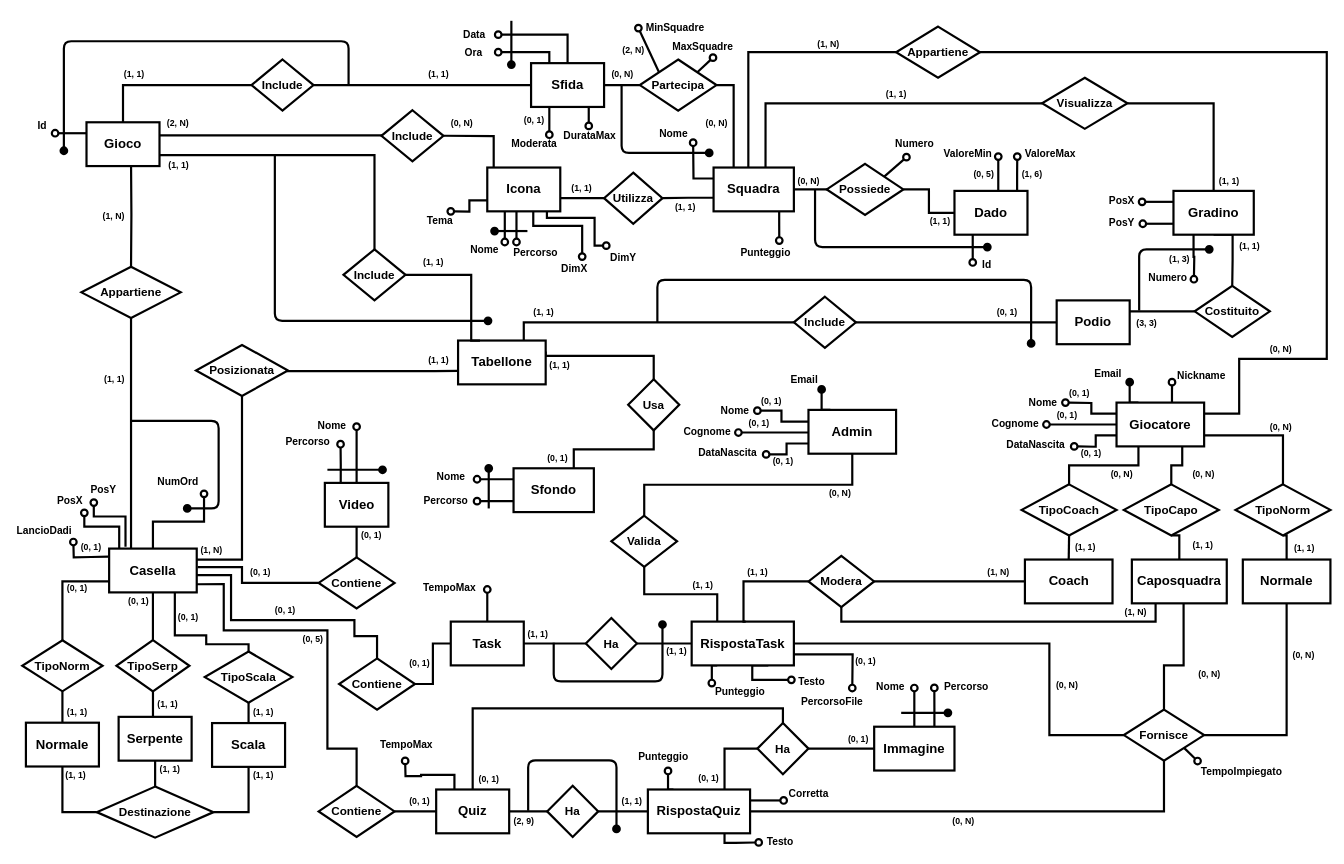
Earlier version of the draw.io diagram Progetto logico/Schema ER ristrutturato.drawio (lorenzobilli/BD-project). Source tidied: cells renumbered, new cells numbered last; positions are measured from the earlier drawing's top-left corner, leaving out a move shared by most shapes. Both pictures are drawn from the tidied source at 73%, with x=0, y=0 at pixel (12, 20).
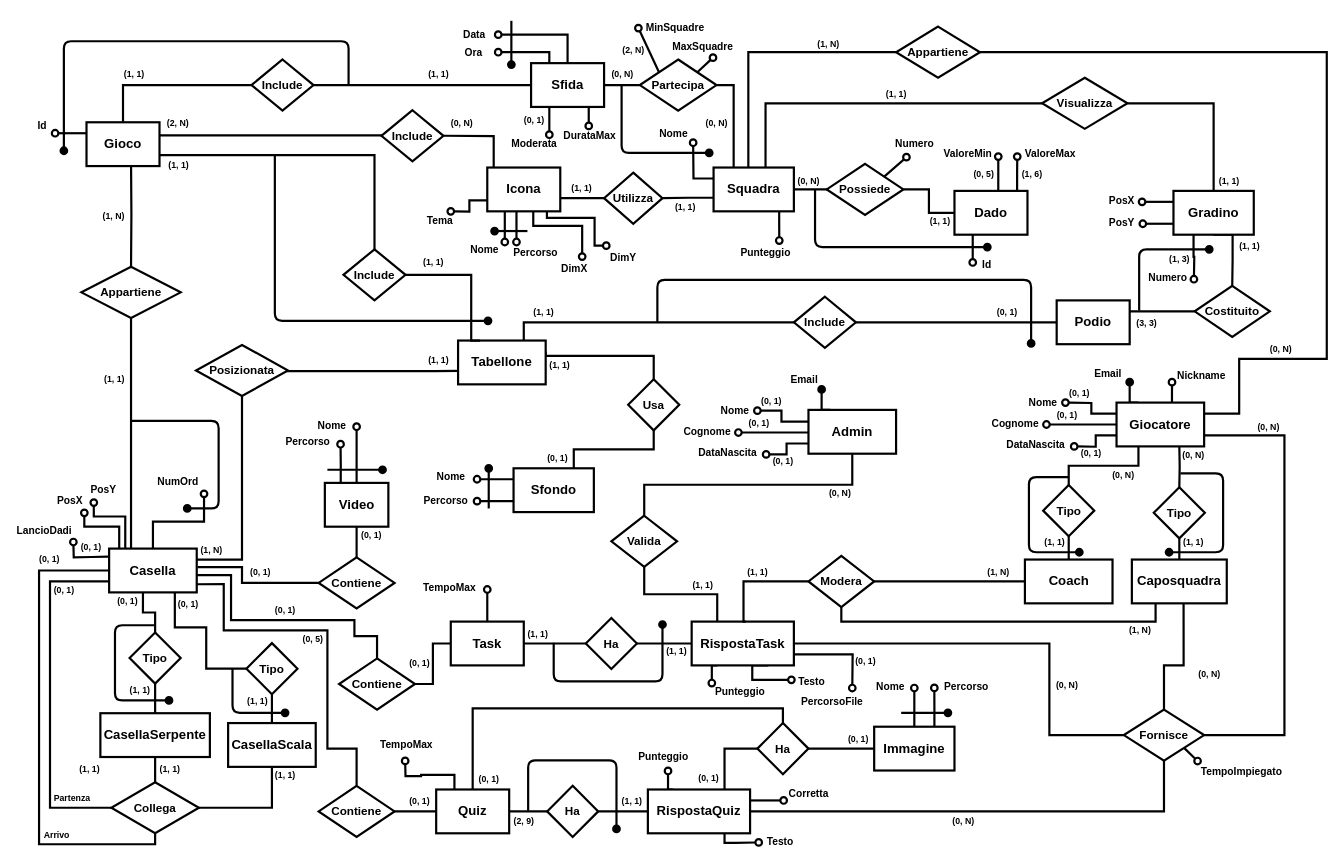
After the change.

Commit message (it also covers changes not shown here):
Fixed generalization deletion in restructured ER

Unchanged cells that the change refers to:
```xml
<mxCell id="13" value="Casella" style="rounded=0;whiteSpace=wrap;html=1;strokeWidth=3;fontSize=18;shadow=0;fontStyle=1;" parent="1" vertex="1">
  <mxGeometry x="132" y="724" width="120" height="60" as="geometry" />
</mxCell>
<mxCell id="25" value="Giocatore" style="rounded=0;whiteSpace=wrap;html=1;strokeWidth=3;fontSize=18;shadow=0;fontStyle=1;" parent="1" vertex="1">
  <mxGeometry x="1512" y="524" width="120" height="60" as="geometry" />
</mxCell>
<mxCell id="122" value="Fornisce" style="rhombus;whiteSpace=wrap;html=1;strokeWidth=3;fontSize=16;shadow=0;fontStyle=1;" parent="1" vertex="1">
  <mxGeometry x="1522" y="944.5" width="110" height="70" as="geometry" />
</mxCell>
```

Change to the diagram source:
```diff
@@
-    <mxCell id="10" style="edgeStyle=orthogonalEdgeStyle;rounded=0;jettySize=auto;html=1;exitX=0.5;exitY=1;exitDx=0;exitDy=0;entryX=0.5;entryY=0;entryDx=0;entryDy=0;endArrow=none;endFill=0;strokeWidth=3;" parent="1" edge="1" source="13" target="277">
+    <mxCell id="10" style="edgeStyle=orthogonalEdgeStyle;rounded=0;jettySize=auto;html=1;exitX=0.386;exitY=0.981;exitDx=0;exitDy=0;entryX=0.5;entryY=0;entryDx=0;entryDy=0;endArrow=none;endFill=0;strokeWidth=3;exitPerimeter=0;" parent="1" edge="1" source="13" target="277">
       <mxGeometry relative="1" as="geometry" />
     </mxCell>
-    <mxCell id="11" style="edgeStyle=orthogonalEdgeStyle;rounded=0;jettySize=auto;html=1;exitX=0.75;exitY=1;exitDx=0;exitDy=0;entryX=0.5;entryY=0;entryDx=0;entryDy=0;endArrow=none;endFill=0;strokeWidth=3;" parent="1" edge="1" source="13" target="279">
+    <mxCell id="11" style="edgeStyle=orthogonalEdgeStyle;rounded=0;jettySize=auto;html=1;exitX=0.75;exitY=1;exitDx=0;exitDy=0;entryX=0;entryY=0.5;entryDx=0;entryDy=0;endArrow=none;endFill=0;strokeWidth=3;" parent="1" edge="1" source="13" target="279">
       <mxGeometry relative="1" as="geometry">
         <Array as="points">
-          <mxPoint x="222" y="843" />
-          <mxPoint x="265" y="843" />
-          <mxPoint x="265" y="855" />
-          <mxPoint x="323" y="855" />
+          <mxPoint x="222" y="832" />
+          <mxPoint x="265" y="832" />
+          <mxPoint x="265" y="889" />
+          <mxPoint x="320" y="889" />
         </Array>
       </mxGeometry>
     </mxCell>
-    <mxCell id="12" style="edgeStyle=orthogonalEdgeStyle;rounded=0;jettySize=auto;html=1;exitX=0;exitY=0.75;exitDx=0;exitDy=0;entryX=0.5;entryY=0;entryDx=0;entryDy=0;endArrow=none;endFill=0;strokeWidth=3;" parent="1" edge="1" source="13" target="295">
-      <mxGeometry relative="1" as="geometry" />
+    <mxCell id="12" style="edgeStyle=orthogonalEdgeStyle;rounded=0;jettySize=auto;html=1;exitX=0;exitY=0.75;exitDx=0;exitDy=0;entryX=0;entryY=0.5;entryDx=0;entryDy=0;endArrow=none;endFill=0;strokeWidth=3;" parent="1" edge="1" source="13" target="168">
+      <mxGeometry relative="1" as="geometry">
+        <Array as="points">
+          <mxPoint x="51" y="769" />
+          <mxPoint x="51" y="1079" />
+        </Array>
+      </mxGeometry>
     </mxCell>
@@
-    <mxCell id="21" style="edgeStyle=orthogonalEdgeStyle;rounded=0;jettySize=auto;html=1;exitX=0.5;exitY=1;exitDx=0;exitDy=0;entryX=1;entryY=0.5;entryDx=0;entryDy=0;endArrow=none;endFill=0;strokeWidth=3;" parent="1" edge="1" source="303" target="122">
-      <mxGeometry relative="1" as="geometry">
-        <Array as="points">
-          <mxPoint x="1745" y="979" />
-        </Array>
-      </mxGeometry>
-    </mxCell>
@@
-    <mxCell id="23" style="edgeStyle=orthogonalEdgeStyle;rounded=0;jettySize=auto;html=1;exitX=0.75;exitY=1;exitDx=0;exitDy=0;entryX=0.5;entryY=0;entryDx=0;entryDy=0;endArrow=none;endFill=0;strokeWidth=3;" parent="1" edge="1" source="25" target="287">
-      <mxGeometry relative="1" as="geometry" />
+    <mxCell id="23" style="edgeStyle=orthogonalEdgeStyle;rounded=0;jettySize=auto;html=1;entryX=0.5;entryY=0;entryDx=0;entryDy=0;endArrow=none;endFill=0;strokeWidth=3;" parent="1" edge="1" target="287">
+      <mxGeometry relative="1" as="geometry">
+        <mxPoint x="1598" y="582" as="sourcePoint" />
+      </mxGeometry>
     </mxCell>
-    <mxCell id="24" style="edgeStyle=orthogonalEdgeStyle;rounded=0;jettySize=auto;html=1;exitX=1;exitY=0.75;exitDx=0;exitDy=0;entryX=0.5;entryY=0;entryDx=0;entryDy=0;endArrow=none;endFill=0;strokeWidth=3;" parent="1" edge="1" source="25" target="302">
-      <mxGeometry relative="1" as="geometry" />
+    <mxCell id="24" style="edgeStyle=orthogonalEdgeStyle;rounded=0;jettySize=auto;html=1;exitX=1;exitY=0.75;exitDx=0;exitDy=0;entryX=1;entryY=0.5;entryDx=0;entryDy=0;endArrow=none;endFill=0;strokeWidth=3;" parent="1" edge="1" source="25" target="122">
+      <mxGeometry relative="1" as="geometry">
+        <Array as="points">
+          <mxPoint x="1742" y="569" />
+          <mxPoint x="1742" y="979" />
+        </Array>
+      </mxGeometry>
     </mxCell>
@@
-    <mxCell id="74" value="&lt;font style=&quot;font-size: 18px;&quot;&gt;Scala&lt;/font&gt;" style="rounded=0;whiteSpace=wrap;html=1;strokeWidth=3;fontSize=18;shadow=0;fontStyle=1;" parent="1" vertex="1">
-      <mxGeometry x="273" y="963" width="100" height="60" as="geometry" />
+    <mxCell id="74" value="&lt;font style=&quot;font-size: 18px&quot;&gt;CasellaScala&lt;/font&gt;" style="rounded=0;whiteSpace=wrap;html=1;strokeWidth=3;fontSize=18;shadow=0;fontStyle=1;" parent="1" vertex="1">
+      <mxGeometry x="295" y="963" width="120" height="60" as="geometry" />
     </mxCell>
@@
-    <mxCell id="76" value="&lt;font style=&quot;font-size: 18px;&quot;&gt;Serpente&lt;/font&gt;" style="rounded=0;whiteSpace=wrap;html=1;strokeWidth=3;fontSize=18;shadow=0;fontStyle=1;" parent="1" vertex="1">
-      <mxGeometry x="145" y="954.5" width="100" height="60" as="geometry" />
+    <mxCell id="76" value="&lt;font style=&quot;font-size: 18px&quot;&gt;CasellaSerpente&lt;/font&gt;" style="rounded=0;whiteSpace=wrap;html=1;strokeWidth=3;fontSize=18;shadow=0;fontStyle=1;" parent="1" vertex="1">
+      <mxGeometry x="120" y="949.5" width="150" height="60" as="geometry" />
     </mxCell>
@@
-    <mxCell id="139" style="edgeStyle=orthogonalEdgeStyle;rounded=0;jettySize=auto;html=1;fontSize=10;endArrow=oval;endFill=0;strokeWidth=3;shadow=0;endSize=9;fontStyle=1;exitX=0.187;exitY=-0.041;exitDx=0;exitDy=0;exitPerimeter=0;" parent="1" edge="1" source="13">
+    <mxCell id="139" style="edgeStyle=orthogonalEdgeStyle;rounded=0;jettySize=auto;html=1;fontSize=10;endArrow=oval;endFill=0;strokeWidth=3;shadow=0;endSize=9;fontStyle=1;exitX=0.184;exitY=0.004;exitDx=0;exitDy=0;exitPerimeter=0;" parent="1" edge="1" source="13">
       <mxGeometry relative="1" as="geometry">
         <mxPoint x="111" y="661" as="targetPoint" />
         <Array as="points">
           <mxPoint x="154" y="680" />
           <mxPoint x="111" y="680" />
         </Array>
       </mxGeometry>
     </mxCell>
@@
-    <mxCell id="167" style="edgeStyle=orthogonalEdgeStyle;rounded=0;jettySize=auto;html=1;exitX=0;exitY=0.5;exitDx=0;exitDy=0;entryX=0.5;entryY=1;entryDx=0;entryDy=0;endArrow=none;endFill=0;strokeWidth=3;" parent="1" edge="1" source="168" target="293">
-      <mxGeometry relative="1" as="geometry" />
-    </mxCell>
+    <mxCell id="306" style="edgeStyle=orthogonalEdgeStyle;rounded=0;jettySize=auto;html=1;exitX=0.5;exitY=1;exitDx=0;exitDy=0;entryX=0;entryY=0.5;entryDx=0;entryDy=0;endArrow=none;endFill=0;strokeWidth=3;" parent="1" edge="1" source="168" target="13">
+      <mxGeometry relative="1" as="geometry">
+        <Array as="points">
+          <mxPoint x="195" y="1129" />
+          <mxPoint x="36" y="1129" />
+          <mxPoint x="36" y="754" />
+        </Array>
+      </mxGeometry>
+    </mxCell>
-    <mxCell id="168" value="Destinazione" style="rhombus;whiteSpace=wrap;html=1;fontSize=16;strokeWidth=3;shadow=0;fontStyle=1;" parent="1" vertex="1">
-      <mxGeometry x="115" y="1050" width="160" height="70" as="geometry" />
+    <mxCell id="168" value="Collega" style="rhombus;whiteSpace=wrap;html=1;fontSize=16;strokeWidth=3;shadow=0;fontStyle=1;" parent="1" vertex="1">
+      <mxGeometry x="135" y="1044" width="120" height="70" as="geometry" />
     </mxCell>
@@
     <mxCell id="232" value="&lt;font style=&quot;font-size: 12px&quot;&gt;&lt;b&gt;(1, N)&lt;/b&gt;&lt;/font&gt;" style="text;html=1;align=center;verticalAlign=middle;strokeColor=none;fillColor=none;fontSize=14;" parent="1" vertex="1">
-      <mxGeometry x="1518" y="799" width="40" height="22" as="geometry" />
+      <mxGeometry x="1524" y="824" width="40" height="22" as="geometry" />
     </mxCell>
@@
     <mxCell id="238" value="&lt;font style=&quot;font-size: 12px&quot;&gt;&lt;b&gt;(0, N)&lt;/b&gt;&lt;/font&gt;" style="text;html=1;align=center;verticalAlign=middle;strokeColor=none;fillColor=none;fontSize=14;" parent="1" vertex="1">
-      <mxGeometry x="1717" y="546" width="40" height="22" as="geometry" />
+      <mxGeometry x="1700" y="546" width="40" height="22" as="geometry" />
     </mxCell>
@@
-    <mxCell id="276" style="edgeStyle=orthogonalEdgeStyle;rounded=0;jettySize=auto;html=1;exitX=0.5;exitY=1;exitDx=0;exitDy=0;entryX=0.471;entryY=0.002;entryDx=0;entryDy=0;endArrow=none;endFill=0;strokeWidth=3;entryPerimeter=0;" parent="1" edge="1" source="277" target="76">
+    <mxCell id="276" style="edgeStyle=orthogonalEdgeStyle;rounded=0;jettySize=auto;html=1;endArrow=none;endFill=0;strokeWidth=3;entryX=0.5;entryY=0;entryDx=0;entryDy=0;exitX=0.5;exitY=1;exitDx=0;exitDy=0;" parent="1" edge="1" source="277" target="76">
       <mxGeometry relative="1" as="geometry" />
     </mxCell>
-    <mxCell id="277" value="TipoSerp" style="rhombus;whiteSpace=wrap;html=1;fontSize=16;strokeWidth=3;shadow=0;fontStyle=1;" parent="1" vertex="1">
-      <mxGeometry x="142" y="849.5" width="100" height="70" as="geometry" />
+    <mxCell id="277" value="Tipo" style="rhombus;whiteSpace=wrap;html=1;fontSize=16;strokeWidth=3;shadow=0;fontStyle=1;" parent="1" vertex="1">
+      <mxGeometry x="160" y="839" width="70" height="70" as="geometry" />
     </mxCell>
@@
-    <mxCell id="279" value="TipoScala" style="rhombus;whiteSpace=wrap;html=1;fontSize=16;strokeWidth=3;shadow=0;fontStyle=1;" parent="1" vertex="1">
-      <mxGeometry x="263" y="865" width="120" height="70" as="geometry" />
+    <mxCell id="279" value="Tipo" style="rhombus;whiteSpace=wrap;html=1;fontSize=16;strokeWidth=3;shadow=0;fontStyle=1;" parent="1" vertex="1">
+      <mxGeometry x="320" y="853.5" width="70" height="70" as="geometry" />
     </mxCell>
     <mxCell id="280" value="&lt;font style=&quot;font-size: 12px&quot;&gt;&lt;b&gt;(0, 1)&lt;/b&gt;&lt;/font&gt;" style="text;html=1;align=center;verticalAlign=middle;strokeColor=none;fillColor=none;fontSize=14;" parent="1" vertex="1">
-      <mxGeometry x="153" y="784" width="38" height="22" as="geometry" />
+      <mxGeometry x="138" y="784" width="38" height="22" as="geometry" />
     </mxCell>
     <mxCell id="281" value="&lt;font style=&quot;font-size: 12px&quot;&gt;&lt;b&gt;(0, 1)&lt;/b&gt;&lt;/font&gt;" style="text;html=1;align=center;verticalAlign=middle;strokeColor=none;fillColor=none;fontSize=14;" parent="1" vertex="1">
-      <mxGeometry x="221" y="806" width="38" height="22" as="geometry" />
+      <mxGeometry x="221" y="788" width="38" height="22" as="geometry" />
     </mxCell>
-    <mxCell id="282" value="&lt;font style=&quot;font-size: 12px&quot;&gt;&lt;b&gt;(1, 1)&lt;/b&gt;&lt;/font&gt;" style="text;html=1;align=center;verticalAlign=middle;strokeColor=none;fillColor=none;fontSize=14;" parent="1" vertex="1">
-      <mxGeometry x="69" y="937" width="38" height="22" as="geometry" />
-    </mxCell>
     <mxCell id="283" value="&lt;font style=&quot;font-size: 12px&quot;&gt;&lt;b&gt;(1, 1)&lt;/b&gt;&lt;/font&gt;" style="text;html=1;align=center;verticalAlign=middle;strokeColor=none;fillColor=none;fontSize=14;" parent="1" vertex="1">
-      <mxGeometry x="324" y="937" width="38" height="22" as="geometry" />
+      <mxGeometry x="316" y="921" width="38" height="22" as="geometry" />
     </mxCell>
@@
-    <mxCell id="285" value="TipoCoach" style="rhombus;whiteSpace=wrap;html=1;fontSize=16;strokeWidth=3;shadow=0;fontStyle=1;" parent="1" vertex="1">
-      <mxGeometry x="1382" y="636" width="130" height="70" as="geometry" />
+    <mxCell id="285" value="Tipo" style="rhombus;whiteSpace=wrap;html=1;fontSize=16;strokeWidth=3;shadow=0;fontStyle=1;" parent="1" vertex="1">
+      <mxGeometry x="1411.5" y="637" width="70" height="70" as="geometry" />
     </mxCell>
@@
-    <mxCell id="287" value="TipoCapo" style="rhombus;whiteSpace=wrap;html=1;fontSize=16;strokeWidth=3;shadow=0;fontStyle=1;" parent="1" vertex="1">
-      <mxGeometry x="1522" y="636" width="130" height="70" as="geometry" />
+    <mxCell id="287" value="Tipo" style="rhombus;whiteSpace=wrap;html=1;fontSize=16;strokeWidth=3;shadow=0;fontStyle=1;" parent="1" vertex="1">
+      <mxGeometry x="1563" y="640" width="70" height="70" as="geometry" />
     </mxCell>
     <mxCell id="288" value="&lt;font style=&quot;font-size: 12px&quot;&gt;&lt;b&gt;(0, N)&lt;/b&gt;&lt;/font&gt;" style="text;html=1;align=center;verticalAlign=middle;strokeColor=none;fillColor=none;fontSize=14;" parent="1" vertex="1">
-      <mxGeometry x="1611" y="610" width="40" height="22" as="geometry" />
+      <mxGeometry x="1597" y="584" width="40" height="22" as="geometry" />
     </mxCell>
     <mxCell id="289" value="&lt;font style=&quot;font-size: 12px&quot;&gt;&lt;b&gt;(0, N)&lt;/b&gt;&lt;/font&gt;" style="text;html=1;align=center;verticalAlign=middle;strokeColor=none;fillColor=none;fontSize=14;" parent="1" vertex="1">
-      <mxGeometry x="1498.5" y="610" width="40" height="22" as="geometry" />
+      <mxGeometry x="1501" y="612" width="40" height="22" as="geometry" />
     </mxCell>
     <mxCell id="290" value="&lt;font style=&quot;font-size: 12px&quot;&gt;&lt;b&gt;(1, 1)&lt;/b&gt;&lt;/font&gt;" style="text;html=1;align=center;verticalAlign=middle;strokeColor=none;fillColor=none;fontSize=14;" parent="1" vertex="1">
-      <mxGeometry x="1611" y="707" width="38" height="22" as="geometry" />
+      <mxGeometry x="1598" y="703" width="38" height="22" as="geometry" />
     </mxCell>
     <mxCell id="291" value="&lt;font style=&quot;font-size: 12px&quot;&gt;&lt;b&gt;(1, 1)&lt;/b&gt;&lt;/font&gt;" style="text;html=1;align=center;verticalAlign=middle;strokeColor=none;fillColor=none;fontSize=14;" parent="1" vertex="1">
-      <mxGeometry x="1449.5" y="710" width="38" height="22" as="geometry" />
+      <mxGeometry x="1408" y="703" width="38" height="22" as="geometry" />
     </mxCell>
@@
-    <mxCell id="293" value="&lt;font style=&quot;font-size: 18px&quot;&gt;Normale&lt;/font&gt;" style="rounded=0;whiteSpace=wrap;html=1;strokeWidth=3;fontSize=18;shadow=0;fontStyle=1;" parent="1" vertex="1">
-      <mxGeometry x="18" y="962.5" width="100" height="60" as="geometry" />
-    </mxCell>
-    <mxCell id="294" style="edgeStyle=orthogonalEdgeStyle;rounded=0;jettySize=auto;html=1;exitX=0.5;exitY=1;exitDx=0;exitDy=0;entryX=0.5;entryY=0;entryDx=0;entryDy=0;endArrow=none;endFill=0;strokeWidth=3;" parent="1" edge="1" source="295" target="293">
-      <mxGeometry relative="1" as="geometry" />
-    </mxCell>
-    <mxCell id="295" value="TipoNorm" style="rhombus;whiteSpace=wrap;html=1;fontSize=16;strokeWidth=3;shadow=0;fontStyle=1;" parent="1" vertex="1">
-      <mxGeometry x="13" y="849.5" width="110" height="70" as="geometry" />
-    </mxCell>
     <mxCell id="296" value="&lt;font style=&quot;font-size: 12px&quot;&gt;&lt;b&gt;(1, 1)&lt;/b&gt;&lt;/font&gt;" style="text;html=1;align=center;verticalAlign=middle;strokeColor=none;fillColor=none;fontSize=14;" parent="1" vertex="1">
-      <mxGeometry x="193" y="926" width="38" height="22" as="geometry" />
+      <mxGeometry x="155" y="906" width="38" height="22" as="geometry" />
     </mxCell>
     <mxCell id="297" value="&lt;font style=&quot;font-size: 12px&quot;&gt;&lt;b&gt;(0, 1)&lt;/b&gt;&lt;/font&gt;" style="text;html=1;align=center;verticalAlign=middle;strokeColor=none;fillColor=none;fontSize=14;" parent="1" vertex="1">
-      <mxGeometry x="69" y="767" width="38" height="22" as="geometry" />
+      <mxGeometry x="51" y="770" width="38" height="22" as="geometry" />
     </mxCell>
@@
     <mxCell id="299" value="&lt;font style=&quot;font-size: 12px&quot;&gt;&lt;b&gt;(1, 1)&lt;/b&gt;&lt;/font&gt;" style="text;html=1;align=center;verticalAlign=middle;strokeColor=none;fillColor=none;fontSize=14;" parent="1" vertex="1">
-      <mxGeometry x="324" y="1023" width="38" height="22" as="geometry" />
+      <mxGeometry x="354" y="1023" width="38" height="22" as="geometry" />
     </mxCell>
     <mxCell id="300" value="&lt;font style=&quot;font-size: 12px&quot;&gt;&lt;b&gt;(1, 1)&lt;/b&gt;&lt;/font&gt;" style="text;html=1;align=center;verticalAlign=middle;strokeColor=none;fillColor=none;fontSize=14;" parent="1" vertex="1">
-      <mxGeometry x="67" y="1022.5" width="38" height="22" as="geometry" />
+      <mxGeometry x="86" y="1014.5" width="38" height="22" as="geometry" />
     </mxCell>
-    <mxCell id="301" style="edgeStyle=orthogonalEdgeStyle;rounded=0;jettySize=auto;html=1;exitX=0.5;exitY=1;exitDx=0;exitDy=0;entryX=0.5;entryY=0;entryDx=0;entryDy=0;endArrow=none;endFill=0;strokeWidth=3;" parent="1" edge="1" source="302" target="303">
-      <mxGeometry relative="1" as="geometry" />
-    </mxCell>
-    <mxCell id="302" value="TipoNorm" style="rhombus;whiteSpace=wrap;html=1;fontSize=16;strokeWidth=3;shadow=0;fontStyle=1;" parent="1" vertex="1">
-      <mxGeometry x="1675" y="636" width="130" height="70" as="geometry" />
-    </mxCell>
-    <mxCell id="303" value="Normale" style="rounded=0;whiteSpace=wrap;html=1;strokeWidth=3;fontSize=18;shadow=0;fontStyle=1;" parent="1" vertex="1">
-      <mxGeometry x="1685" y="739" width="120" height="60" as="geometry" />
-    </mxCell>
-    <mxCell id="304" value="&lt;font style=&quot;font-size: 12px&quot;&gt;&lt;b&gt;(0, N)&lt;/b&gt;&lt;/font&gt;" style="text;html=1;align=center;verticalAlign=middle;strokeColor=none;fillColor=none;fontSize=14;" parent="1" vertex="1">
-      <mxGeometry x="1748" y="858" width="40" height="22" as="geometry" />
-    </mxCell>
-    <mxCell id="305" value="&lt;font style=&quot;font-size: 12px&quot;&gt;&lt;b&gt;(1, 1)&lt;/b&gt;&lt;/font&gt;" style="text;html=1;align=center;verticalAlign=middle;strokeColor=none;fillColor=none;fontSize=14;" parent="1" vertex="1">
-      <mxGeometry x="1750" y="712" width="38" height="22" as="geometry" />
-    </mxCell>
+    <mxCell id="307" value="&lt;font style=&quot;font-size: 12px&quot;&gt;&lt;b&gt;Partenza&lt;/b&gt;&lt;/font&gt;" style="text;html=1;align=center;verticalAlign=middle;strokeColor=none;fillColor=none;fontSize=14;" parent="1" vertex="1">
+      <mxGeometry x="51" y="1054" width="60" height="22" as="geometry" />
+    </mxCell>
+    <mxCell id="308" value="&lt;font style=&quot;font-size: 12px&quot;&gt;&lt;b&gt;Arrivo&lt;/b&gt;&lt;/font&gt;" style="text;html=1;align=center;verticalAlign=middle;strokeColor=none;fillColor=none;fontSize=14;" parent="1" vertex="1">
+      <mxGeometry x="37" y="1105" width="46" height="22" as="geometry" />
+    </mxCell>
+    <mxCell id="309" style="endArrow=oval;html=1;fontSize=14;startSize=9;endSize=9;strokeWidth=3;edgeStyle=orthogonalEdgeStyle;endFill=1;" parent="1" edge="1">
+      <mxGeometry relative="1" as="geometry">
+        <mxPoint x="195" y="829" as="sourcePoint" />
+        <mxPoint x="214" y="932" as="targetPoint" />
+        <Array as="points">
+          <mxPoint x="140" y="829" />
+          <mxPoint x="140" y="932" />
+          <mxPoint x="209" y="932" />
+        </Array>
+      </mxGeometry>
+    </mxCell>
+    <mxCell id="310" style="endArrow=oval;html=1;fontSize=14;startSize=9;endSize=9;strokeWidth=3;edgeStyle=orthogonalEdgeStyle;endFill=1;" parent="1" edge="1">
+      <mxGeometry relative="1" as="geometry">
+        <mxPoint x="301" y="888" as="sourcePoint" />
+        <mxPoint x="373" y="949" as="targetPoint" />
+        <Array as="points">
+          <mxPoint x="301" y="898" />
+          <mxPoint x="301" y="949" />
+        </Array>
+      </mxGeometry>
+    </mxCell>
+    <mxCell id="311" style="endArrow=oval;html=1;fontSize=14;startSize=9;endSize=9;strokeWidth=3;edgeStyle=orthogonalEdgeStyle;endFill=1;" parent="1" edge="1">
+      <mxGeometry relative="1" as="geometry">
+        <mxPoint x="1447" y="626" as="sourcePoint" />
+        <mxPoint x="1461" y="729" as="targetPoint" />
+        <Array as="points">
+          <mxPoint x="1392" y="626" />
+          <mxPoint x="1392" y="729" />
+          <mxPoint x="1461" y="729" />
+        </Array>
+      </mxGeometry>
+    </mxCell>
+    <mxCell id="312" style="endArrow=oval;html=1;fontSize=14;startSize=9;endSize=9;strokeWidth=3;edgeStyle=orthogonalEdgeStyle;endFill=1;" parent="1" edge="1">
+      <mxGeometry relative="1" as="geometry">
+        <mxPoint x="1599.5" y="621" as="sourcePoint" />
+        <mxPoint x="1584" y="729" as="targetPoint" />
+        <Array as="points">
+          <mxPoint x="1658" y="621" />
+          <mxPoint x="1658" y="729" />
+        </Array>
+      </mxGeometry>
+    </mxCell>
+    <mxCell id="313" value="&lt;font style=&quot;font-size: 12px&quot;&gt;&lt;b&gt;(0, 1)&lt;/b&gt;&lt;/font&gt;" style="text;html=1;align=center;verticalAlign=middle;strokeColor=none;fillColor=none;fontSize=14;" parent="1" vertex="1">
+      <mxGeometry x="31" y="727" width="38" height="22" as="geometry" />
+    </mxCell>
```
